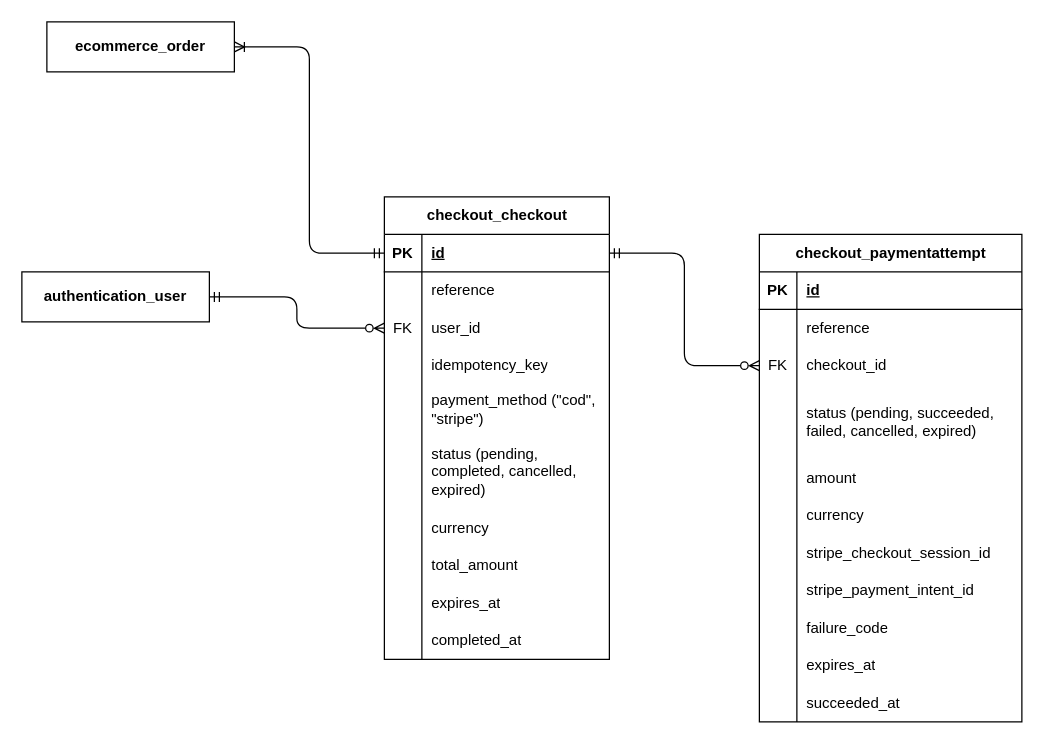
Before: page "Checkout" (8 of 9) of diagrams/e-commerce-entity-relationship-diagram.drawio in RHILIUS/E-Commerce-Docs, a draw.io diagram. Source tidied: cells renumbered, new cells numbered last; positions are measured from the earlier drawing's top-left corner, leaving out a move shared by most shapes. Both pictures are drawn from the tidied source at 125%, with x=0, y=0 at pixel (21, 21).
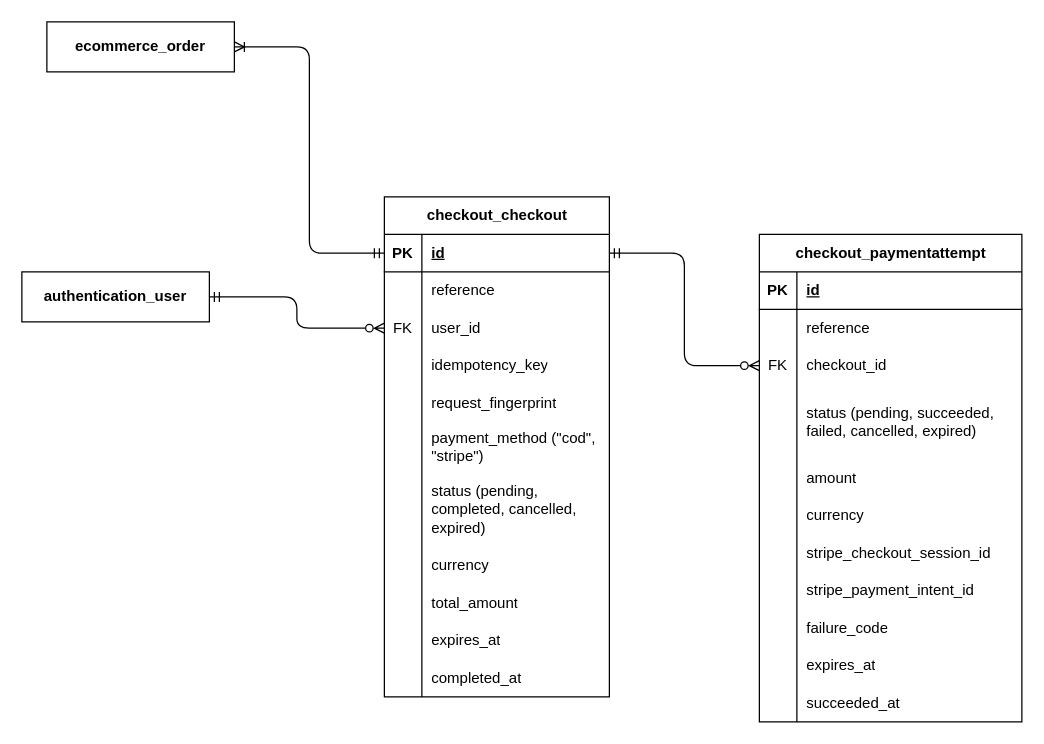
The same diagram, later.

Commit message:
feat: add request_fingerprint on checkout table

Change to the diagram source:
```diff
@@
     <mxCell id="2" value="checkout_checkout" style="shape=table;startSize=30;childLayout=tableLayout;rowLines=0;fontStyle=1;align=center;html=1;" parent="1" vertex="1">
-      <mxGeometry x="290" y="140" width="180" height="370" as="geometry" />
+      <mxGeometry x="290" y="140" width="180" height="400" as="geometry" />
     </mxCell>
@@
+    <mxCell id="72" style="shape=tableRow;horizontal=0;startSize=0;swimlaneHead=0;swimlaneBody=0;fillColor=none;top=0;left=0;right=0;bottom=0;" parent="2" vertex="1">
+      <mxGeometry y="150" width="180" height="30" as="geometry" />
+    </mxCell>
+    <mxCell id="73" style="shape=partialRectangle;fillColor=none;top=0;left=0;bottom=0;right=0;overflow=hidden;whiteSpace=wrap;html=1;" parent="72" vertex="1">
+      <mxGeometry width="30" height="30" as="geometry" />
+    </mxCell>
+    <mxCell id="74" value="request_fingerprint" style="shape=partialRectangle;fillColor=none;top=0;left=0;bottom=0;right=0;align=left;spacingLeft=6;overflow=hidden;whiteSpace=wrap;html=1;" parent="72" vertex="1">
+      <mxGeometry x="30" width="150" height="30" as="geometry" />
+    </mxCell>
     <mxCell id="15" style="shape=tableRow;horizontal=0;startSize=0;swimlaneHead=0;swimlaneBody=0;fillColor=none;top=0;left=0;right=0;bottom=0;" parent="2" vertex="1">
-      <mxGeometry y="150" width="180" height="40" as="geometry" />
+      <mxGeometry y="180" width="180" height="40" as="geometry" />
     </mxCell>
@@
     <mxCell id="18" style="shape=tableRow;horizontal=0;startSize=0;swimlaneHead=0;swimlaneBody=0;fillColor=none;top=0;left=0;right=0;bottom=0;" parent="2" vertex="1">
-      <mxGeometry y="190" width="180" height="60" as="geometry" />
+      <mxGeometry y="220" width="180" height="60" as="geometry" />
     </mxCell>
@@
     <mxCell id="21" style="shape=tableRow;horizontal=0;startSize=0;swimlaneHead=0;swimlaneBody=0;fillColor=none;top=0;left=0;right=0;bottom=0;" parent="2" vertex="1">
-      <mxGeometry y="250" width="180" height="30" as="geometry" />
+      <mxGeometry y="280" width="180" height="30" as="geometry" />
     </mxCell>
@@
     <mxCell id="24" style="shape=tableRow;horizontal=0;startSize=0;swimlaneHead=0;swimlaneBody=0;fillColor=none;top=0;left=0;right=0;bottom=0;" parent="2" vertex="1">
-      <mxGeometry y="280" width="180" height="30" as="geometry" />
+      <mxGeometry y="310" width="180" height="30" as="geometry" />
     </mxCell>
@@
     <mxCell id="27" style="shape=tableRow;horizontal=0;startSize=0;swimlaneHead=0;swimlaneBody=0;fillColor=none;top=0;left=0;right=0;bottom=0;" parent="2" vertex="1">
-      <mxGeometry y="310" width="180" height="30" as="geometry" />
+      <mxGeometry y="340" width="180" height="30" as="geometry" />
     </mxCell>
@@
     <mxCell id="30" style="shape=tableRow;horizontal=0;startSize=0;swimlaneHead=0;swimlaneBody=0;fillColor=none;top=0;left=0;right=0;bottom=0;" parent="2" vertex="1">
-      <mxGeometry y="340" width="180" height="30" as="geometry" />
+      <mxGeometry y="370" width="180" height="30" as="geometry" />
     </mxCell>
```
